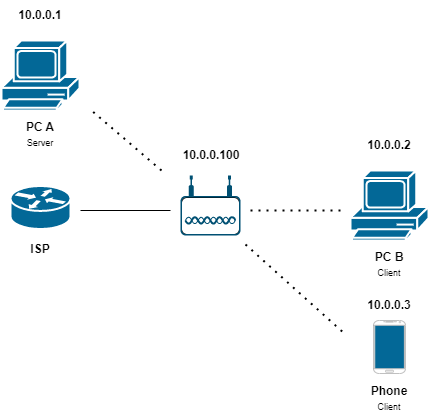
digas99/cm-project-wlan2 keeps this draw.io diagram as diagrams/performance-dark.png. Above is the earlier version. Source tidied: cells renumbered, new cells last; positions are measured from the earlier drawing's top-left corner, leaving out a move shared by most shapes.
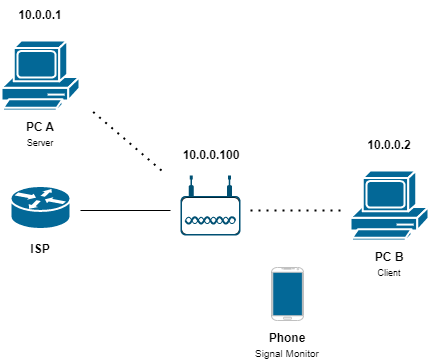
The same file after the commit.

Diff of the diagram source:
```diff
@@ -26,14 +26,8 @@
         <mxPoint x="339" y="210" as="targetPoint" />
       </mxGeometry>
     </mxCell>
-    <mxCell id="8" style="endArrow=none;dashed=1;html=1;dashPattern=1 3;strokeWidth=2;rounded=0;" parent="1" edge="1">
-      <mxGeometry relative="1" as="geometry">
-        <mxPoint x="244" y="244" as="sourcePoint" />
-        <mxPoint x="344" y="334" as="targetPoint" />
-      </mxGeometry>
-    </mxCell>
     <mxCell id="9" style="group;" parent="1" vertex="1">
-      <mxGeometry x="372" y="320" width="32" height="53" as="geometry" />
+      <mxGeometry x="270" y="267" width="32" height="53" as="geometry" />
     </mxCell>
     <mxCell id="10" style="rounded=1;whiteSpace=wrap;html=1;fillColor=#036897;" parent="9" vertex="1">
       <mxGeometry y="2" width="31.5" height="49" as="geometry" />
@@ -47,8 +41,8 @@
     <mxCell id="13" value="&lt;b&gt;PC B&lt;/b&gt;&lt;br&gt;&lt;font style=&quot;font-size: 9px;&quot;&gt;Client&lt;/font&gt;" style="text;html=1;strokeColor=none;fillColor=none;align=center;verticalAlign=middle;whiteSpace=wrap;rounded=0;" parent="1" vertex="1">
       <mxGeometry x="358" y="249" width="60" height="30" as="geometry" />
     </mxCell>
-    <mxCell id="14" value="&lt;b&gt;Phone&lt;/b&gt;&lt;br&gt;&lt;font style=&quot;font-size: 9px;&quot;&gt;Client&lt;/font&gt;" style="text;html=1;strokeColor=none;fillColor=none;align=center;verticalAlign=middle;whiteSpace=wrap;rounded=0;" parent="1" vertex="1">
-      <mxGeometry x="358" y="383" width="60" height="30" as="geometry" />
+    <mxCell id="14" value="&lt;b&gt;Phone&lt;/b&gt;&lt;br&gt;&lt;font size=&quot;1&quot;&gt;Signal Monitor&lt;/font&gt;" style="text;html=1;strokeColor=none;fillColor=none;align=center;verticalAlign=middle;whiteSpace=wrap;rounded=0;" parent="1" vertex="1">
+      <mxGeometry x="250" y="330" width="72" height="30" as="geometry" />
     </mxCell>
     <mxCell id="15" value="&lt;b&gt;10.0.0.100&lt;/b&gt;" style="text;html=1;strokeColor=none;fillColor=none;align=center;verticalAlign=middle;whiteSpace=wrap;rounded=0;" parent="1" vertex="1">
       <mxGeometry x="180" y="140" width="60" height="30" as="geometry" />
@@ -56,9 +50,6 @@
     <mxCell id="16" value="&lt;b&gt;10.0.0.2&lt;/b&gt;" style="text;html=1;strokeColor=none;fillColor=none;align=center;verticalAlign=middle;whiteSpace=wrap;rounded=0;" parent="1" vertex="1">
       <mxGeometry x="358" y="130" width="60" height="30" as="geometry" />
     </mxCell>
-    <mxCell id="17" value="&lt;b&gt;10.0.0.3&lt;/b&gt;" style="text;html=1;strokeColor=none;fillColor=none;align=center;verticalAlign=middle;whiteSpace=wrap;rounded=0;" parent="1" vertex="1">
-      <mxGeometry x="358" y="290" width="60" height="30" as="geometry" />
-    </mxCell>
     <mxCell id="18" style="shape=mxgraph.cisco.computers_and_peripherals.pc;html=1;dashed=0;fillColor=#036897;strokeColor=#ffffff;strokeWidth=2;verticalLabelPosition=bottom;verticalAlign=top;align=center;" parent="1" vertex="1">
       <mxGeometry y="40" width="78" height="70" as="geometry" />
     </mxCell>
```
